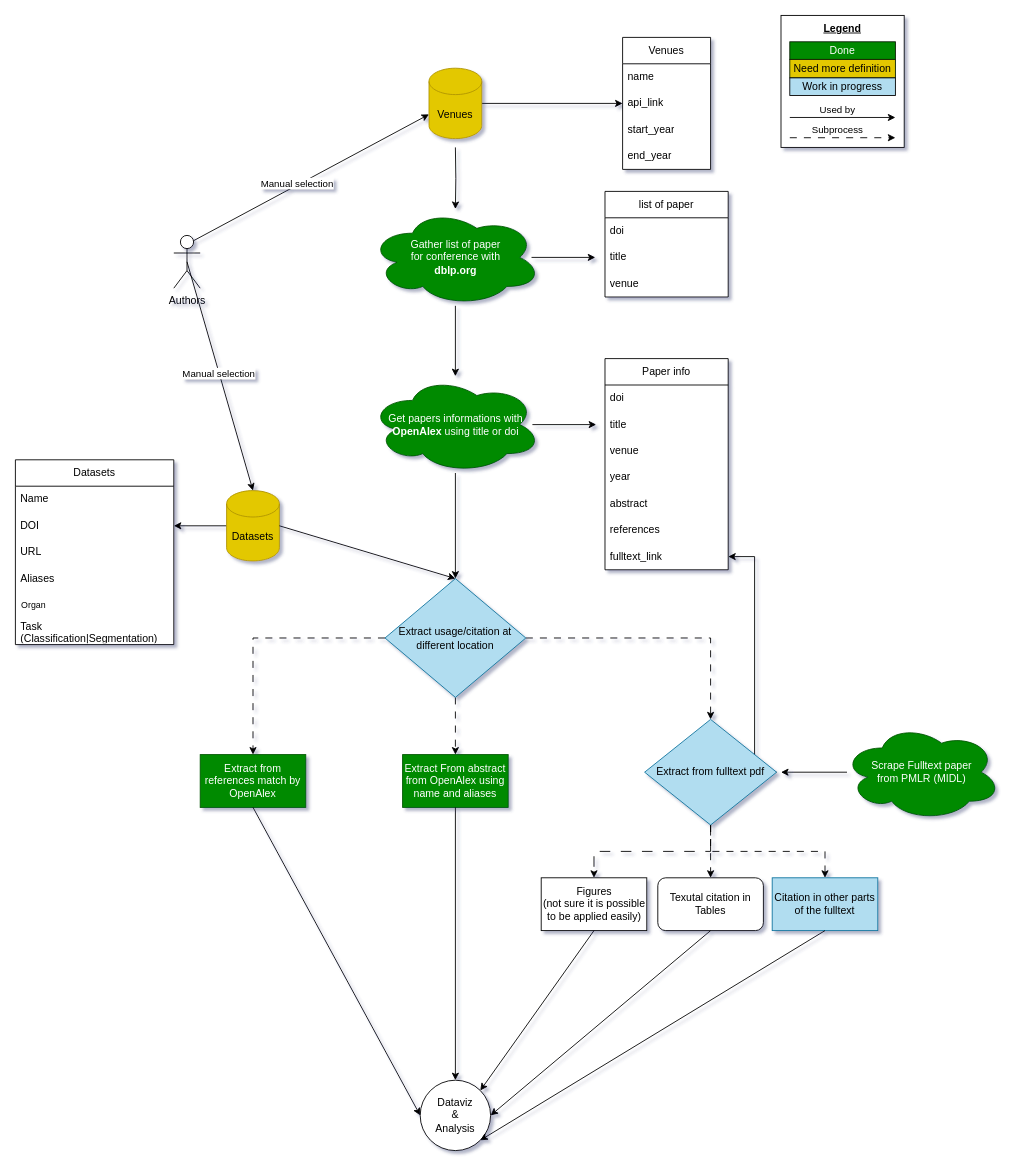
Earlier version of the draw.io diagram Resources/images/flowchart.drawio (TheoSourget/Public_Medical_Datasets_References). Source tidied: cells renumbered, new cells numbered last; positions are measured from the earlier drawing's top-left corner, leaving out a move shared by most shapes. Both pictures are drawn from the tidied source at 88%, with x=0, y=0 at pixel (15, 15).
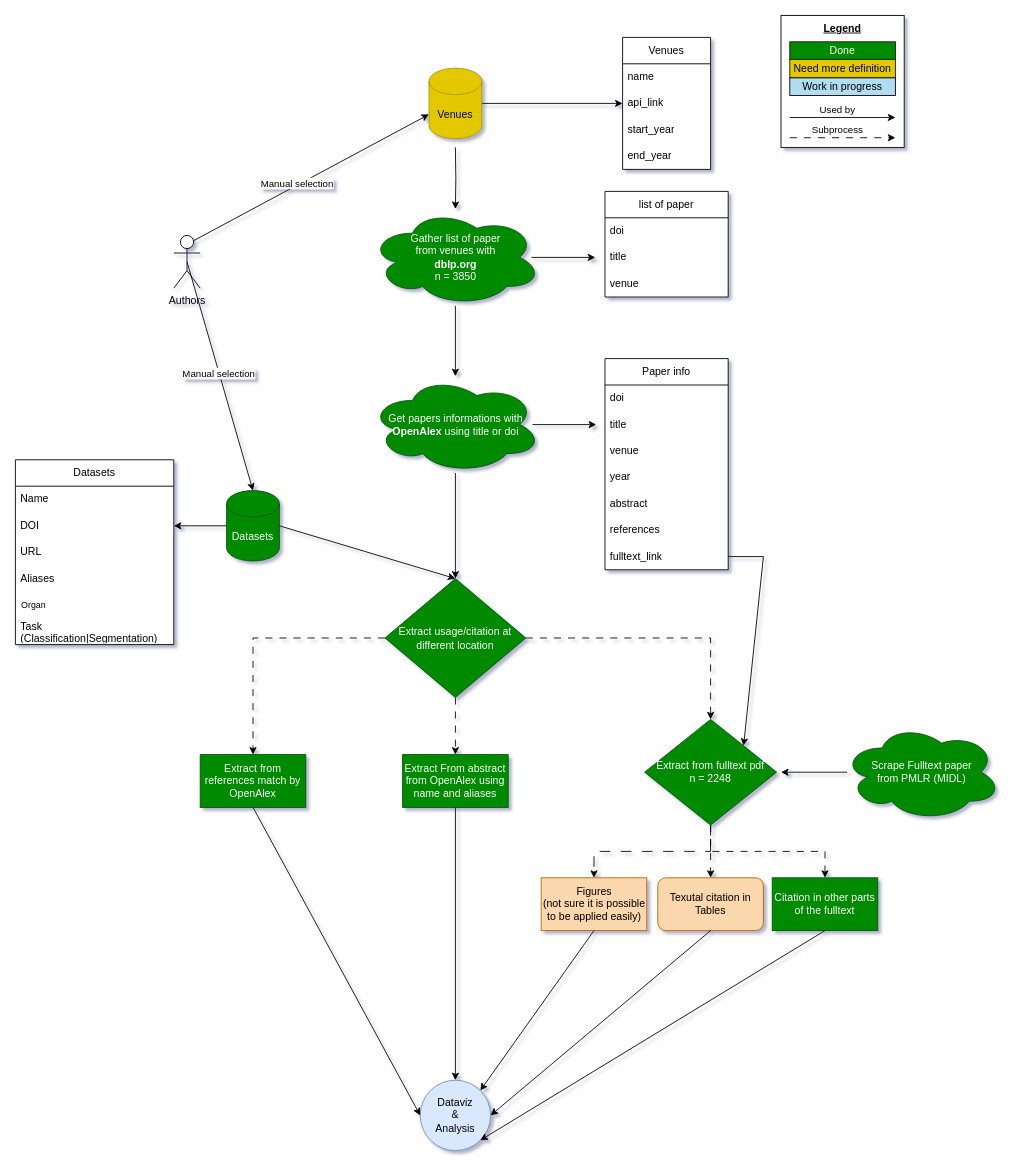
After the change.

The change refers to these unchanged cells:
```xml
<mxCell id="17" value="fulltext_link" style="text;strokeColor=none;fillColor=none;align=left;verticalAlign=middle;spacingLeft=4;spacingRight=4;overflow=hidden;points=[[0,0.5],[1,0.5]];portConstraint=eastwest;whiteSpace=wrap;html=1;" parent="10" vertex="1">
  <mxGeometry y="210" width="140" height="30" as="geometry" />
</mxCell>
```

Diff of the diagram source:
```diff
@@
-    <mxCell id="6" value="Gather list of paper&lt;br&gt;for conference with&lt;br&gt;&lt;b&gt;dblp.org&lt;/b&gt;" style="ellipse;shape=cloud;whiteSpace=wrap;html=1;rounded=0;fillColor=#008a00;fontColor=#ffffff;strokeColor=#005700;" parent="1" vertex="1">
+    <mxCell id="6" value="Gather list of paper&lt;br&gt;from venues with&lt;br&gt;&lt;b&gt;dblp.org&lt;/b&gt;&lt;br&gt;n = 3850" style="ellipse;shape=cloud;whiteSpace=wrap;html=1;rounded=0;fillColor=#008a00;fontColor=#ffffff;strokeColor=#005700;" parent="1" vertex="1">
       <mxGeometry x="402.5" y="220" width="195" height="110" as="geometry" />
     </mxCell>
@@
-    <mxCell id="25" value="Extract usage/citation at different location" style="rhombus;whiteSpace=wrap;html=1;fillColor=#B1DDF0;strokeColor=#10739e;gradientColor=none;gradientDirection=west;" parent="1" vertex="1">
+    <mxCell id="25" value="Extract usage/citation at different location" style="rhombus;whiteSpace=wrap;html=1;fillColor=#008a00;strokeColor=#005700;gradientDirection=west;fontColor=#ffffff;" parent="1" vertex="1">
       <mxGeometry x="420" y="640" width="160" height="135" as="geometry" />
     </mxCell>
@@
-    <mxCell id="34" value="Datasets" style="shape=cylinder3;whiteSpace=wrap;html=1;boundedLbl=1;backgroundOutline=1;size=15;fillColor=#e3c800;fontColor=#000000;strokeColor=#B09500;" parent="1" vertex="1">
+    <mxCell id="34" value="Datasets" style="shape=cylinder3;whiteSpace=wrap;html=1;boundedLbl=1;backgroundOutline=1;size=15;fillColor=#008a00;fontColor=#ffffff;strokeColor=#005700;" parent="1" vertex="1">
       <mxGeometry x="240" y="540" width="60" height="80" as="geometry" />
     </mxCell>
@@
-    <mxCell id="45" style="endArrow=classic;html=1;rounded=0;exitX=1;exitY=0.5;exitDx=0;exitDy=0;entryX=1;entryY=0.5;entryDx=0;entryDy=0;" parent="1" edge="1" source="48" target="17">
-      <mxGeometry relative="1" as="geometry">
-        <Array as="points">
-          <mxPoint x="840" y="860" />
-          <mxPoint x="840" y="615" />
-        </Array>
-      </mxGeometry>
-    </mxCell>
-    <mxCell id="46" value="Texutal citation in Tables" style="whiteSpace=wrap;html=1;rounded=1;" parent="1" vertex="1">
+    <mxCell id="46" value="Texutal citation in Tables" style="whiteSpace=wrap;html=1;rounded=1;fillColor=#fad7ac;strokeColor=#b46504;" parent="1" vertex="1">
       <mxGeometry x="730" y="980" width="120" height="60" as="geometry" />
     </mxCell>
@@
-    <mxCell id="48" value="Extract from fulltext pdf &lt;br&gt;" style="rhombus;whiteSpace=wrap;html=1;fillColor=#b1ddf0;strokeColor=#10739e;" parent="1" vertex="1">
+    <mxCell id="48" value="Extract from fulltext pdf &lt;br&gt;n = 2248" style="rhombus;whiteSpace=wrap;html=1;fillColor=#008a00;strokeColor=#005700;fontColor=#ffffff;" parent="1" vertex="1">
       <mxGeometry x="715" y="800" width="150" height="120" as="geometry" />
     </mxCell>
-    <mxCell id="49" value="Figures&lt;br&gt;(not sure it is possible to be applied easily)" style="whiteSpace=wrap;html=1;" parent="1" vertex="1">
+    <mxCell id="49" value="Figures&lt;br&gt;(not sure it is possible to be applied easily)" style="whiteSpace=wrap;html=1;fillColor=#fad7ac;strokeColor=#b46504;" parent="1" vertex="1">
       <mxGeometry x="597.5" y="980" width="120" height="60" as="geometry" />
     </mxCell>
-    <mxCell id="50" value="Citation in other parts&lt;br&gt;of the fulltext" style="rounded=0;whiteSpace=wrap;html=1;fillColor=#b1ddf0;strokeColor=#10739e;" parent="1" vertex="1">
+    <mxCell id="50" value="Citation in other parts&lt;br&gt;of the fulltext" style="rounded=0;whiteSpace=wrap;html=1;fillColor=#008a00;strokeColor=#005700;fontColor=#ffffff;" parent="1" vertex="1">
       <mxGeometry x="860" y="980" width="120" height="60" as="geometry" />
     </mxCell>
@@
-    <mxCell id="63" value="Dataviz&lt;br&gt;&amp;amp;&lt;br&gt;Analysis" style="ellipse;whiteSpace=wrap;html=1;" parent="1" vertex="1">
+    <mxCell id="63" value="Dataviz&lt;br&gt;&amp;amp;&lt;br&gt;Analysis" style="ellipse;whiteSpace=wrap;html=1;fillColor=#dae8fc;strokeColor=#6c8ebf;" parent="1" vertex="1">
       <mxGeometry x="460" y="1210" width="80" height="80" as="geometry" />
     </mxCell>
@@
+    <mxCell id="74" style="endArrow=classic;html=1;rounded=0;entryX=1;entryY=0;entryDx=0;entryDy=0;exitX=1;exitY=0.5;exitDx=0;exitDy=0;" parent="1" edge="1" source="17" target="48">
+      <mxGeometry relative="1" as="geometry">
+        <Array as="points">
+          <mxPoint x="850" y="615" />
+        </Array>
+      </mxGeometry>
+    </mxCell>
```
